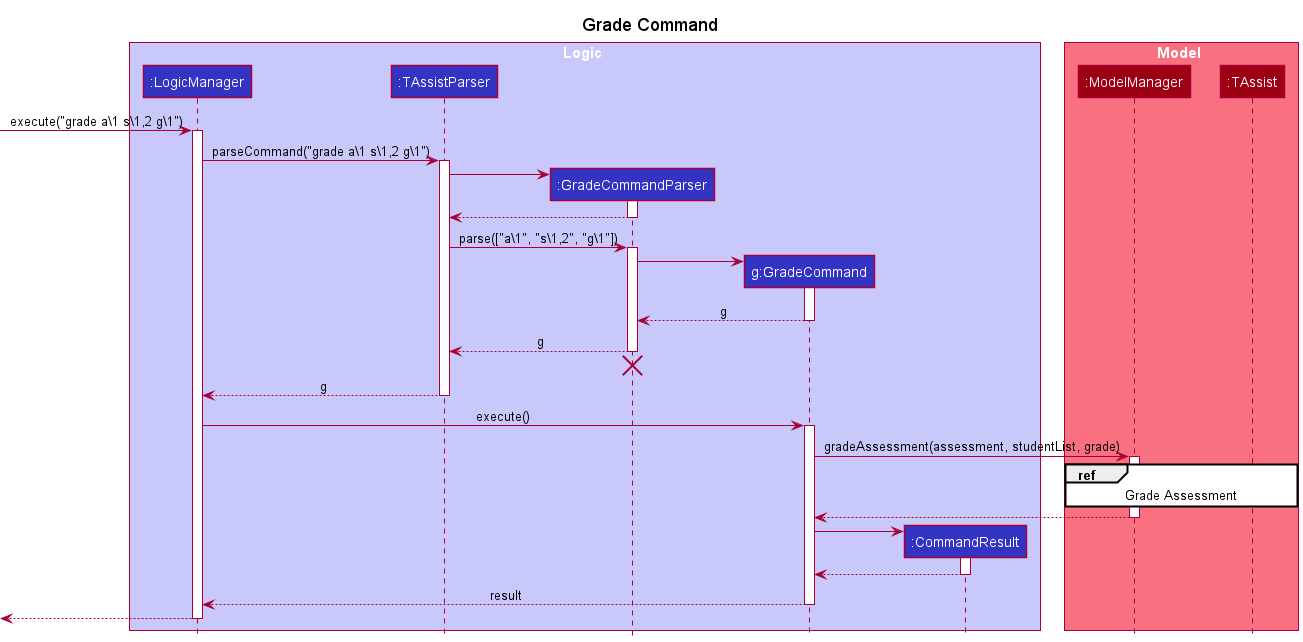
The PlantUML diagram docs/images/GradeSequenceDiagram.png in nus-cs2103-AY2122S2/tp, before a commit.
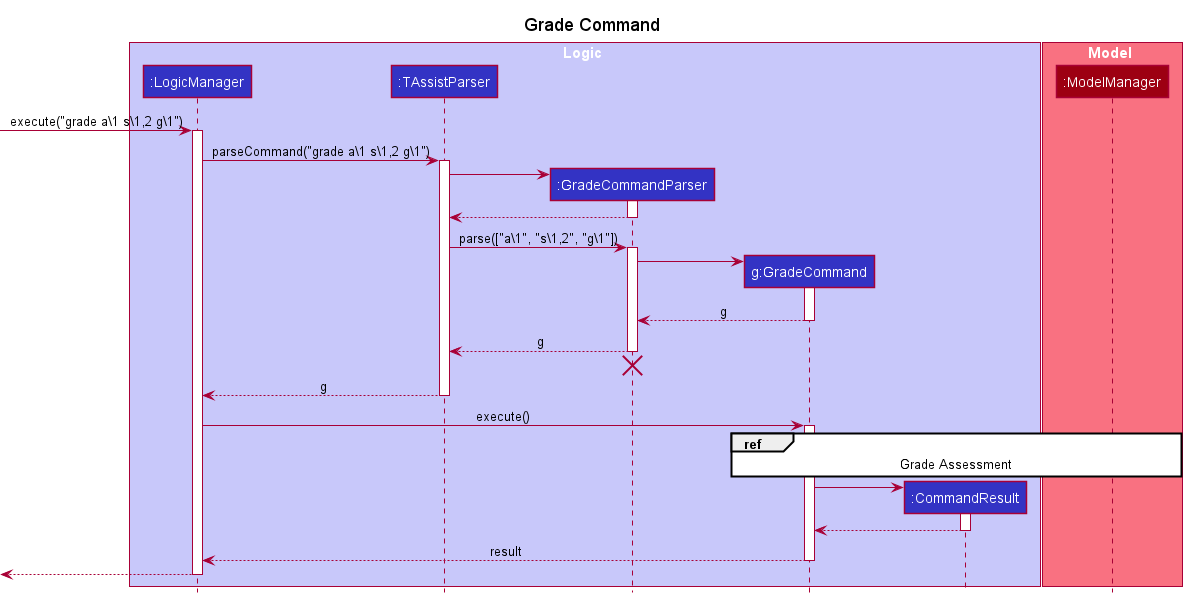
The same file after the commit.

Commit message:
Update sequence diagram for better clarity

The edit, as a diff of the source:
```diff
@@ -13,7 +13,6 @@
 
 box Model MODEL_COLOR_T1
 participant ":ModelManager" as ModelManager MODEL_COLOR
-participant ":TAssist" as TAssist MODEL_COLOR
 end box
 
 [-> LogicManager : execute("grade a\1 s\1,2 g\1")
@@ -50,13 +49,7 @@
 LogicManager -> GradeCommand : execute()
 activate GradeCommand
 
-GradeCommand -> ModelManager : gradeAssessment(assessment, studentList, grade)
-activate ModelManager
-
-ref over ModelManager, TAssist : Grade Assessment
-
-ModelManager --> GradeCommand
-deactivate ModelManager
+ref over GradeCommand, ModelManager : Grade Assessment
 
 create CommandResult
 GradeCommand -> CommandResult
```
